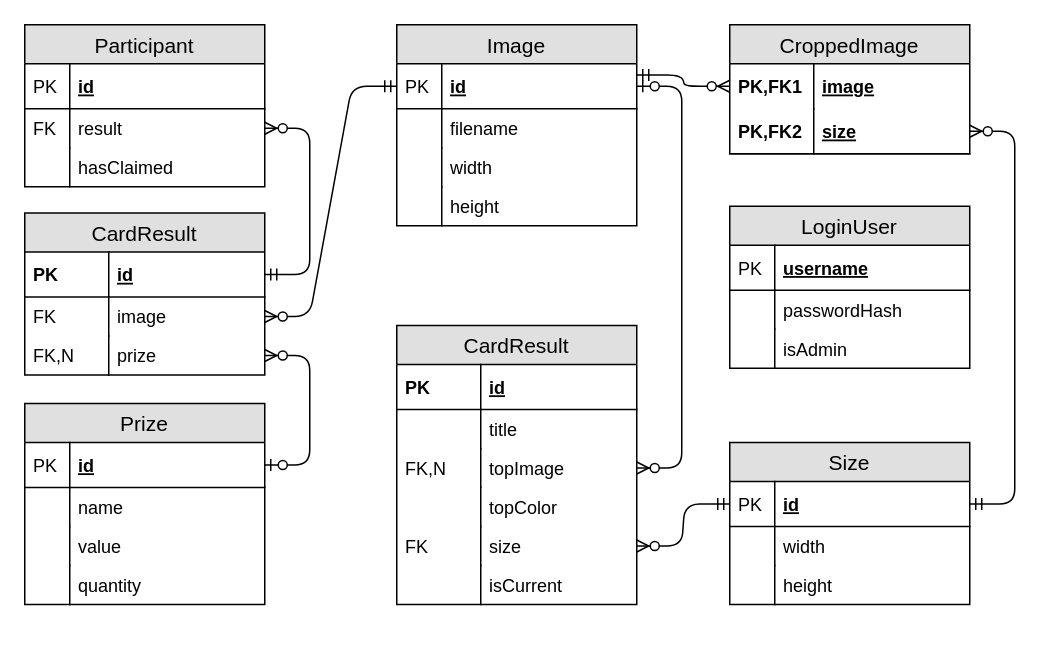
The draw.io diagram RivalProjectERD.drawio in janjosef777/RivalProject, before the edit. Source tidied: cells renumbered, new cells numbered last; positions are measured from the earlier drawing's top-left corner, leaving out a move shared by most shapes. Both pictures are drawn from the tidied source at 150%, with x=0, y=0 at pixel (24, 24).
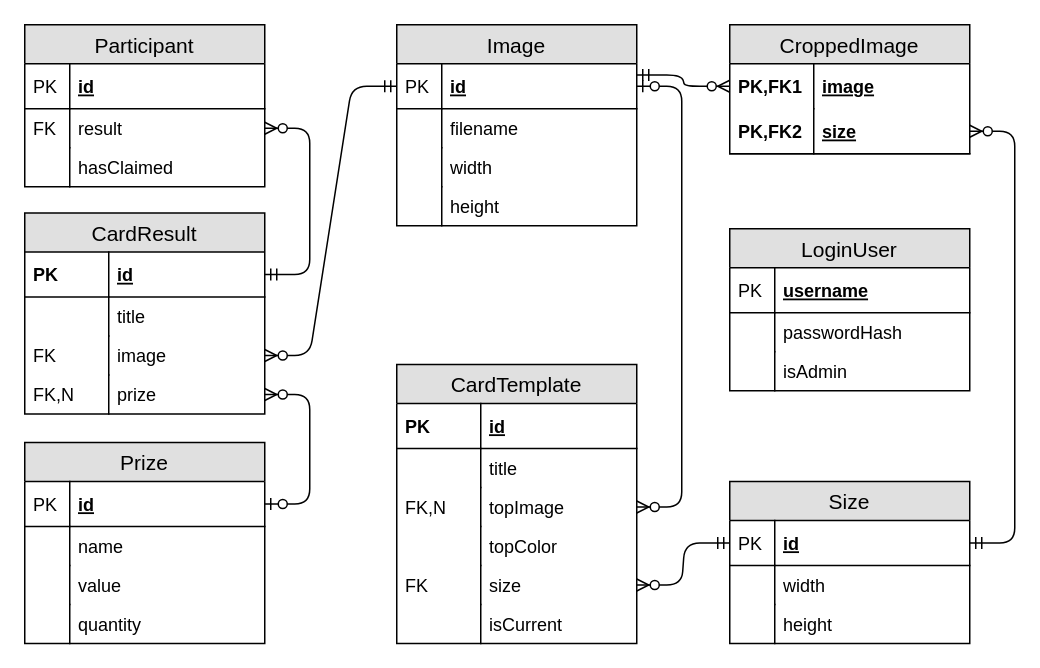
The same page after the edit.

What changed in the source:
```diff
@@
     <mxCell id="2" value="LoginUser" style="swimlane;fontStyle=0;horizontal=1;startSize=26;fillColor=#e0e0e0;swimlaneFillColor=#ffffff;align=center;fontSize=14;" parent="1" vertex="1">
-      <mxGeometry x="470" y="121" width="160" height="108" as="geometry" />
+      <mxGeometry x="470" y="136" width="160" height="108" as="geometry" />
     </mxCell>
@@
     <mxCell id="9" value="Prize" style="swimlane;fontStyle=0;horizontal=1;startSize=26;fillColor=#e0e0e0;swimlaneFillColor=#ffffff;align=center;fontSize=14;" parent="1" vertex="1">
-      <mxGeometry y="252.5" width="160" height="134" as="geometry" />
+      <mxGeometry y="278.5" width="160" height="134" as="geometry" />
     </mxCell>
@@
     <mxCell id="32" value="Size" style="swimlane;fontStyle=0;horizontal=1;startSize=26;fillColor=#e0e0e0;swimlaneFillColor=#ffffff;align=center;fontSize=14;" parent="1" vertex="1">
-      <mxGeometry x="470" y="278.5" width="160" height="108" as="geometry" />
+      <mxGeometry x="470" y="304.5" width="160" height="108" as="geometry" />
     </mxCell>
@@
     <mxCell id="53" value="CardResult" style="swimlane;fontStyle=0;horizontal=1;startSize=26;fillColor=#e0e0e0;swimlaneFillColor=#ffffff;align=center;fontSize=14;" parent="1" vertex="1">
-      <mxGeometry y="125.5" width="160" height="108" as="geometry" />
+      <mxGeometry y="125.5" width="160" height="134" as="geometry" />
     </mxCell>
@@
+    <mxCell id="73" value="title" style="shape=partialRectangle;top=0;left=0;right=0;bottom=0;align=left;verticalAlign=top;fillColor=none;spacingLeft=60;spacingRight=4;overflow=hidden;fontSize=12;" parent="53" vertex="1">
+      <mxGeometry y="56" width="160" height="26" as="geometry" />
+    </mxCell>
+    <mxCell id="74" style="shape=partialRectangle;top=0;left=0;bottom=0;fillColor=none;align=left;verticalAlign=top;spacingLeft=4;spacingRight=4;overflow=hidden;fontSize=12;" parent="73" vertex="1">
+      <mxGeometry width="56" height="26" as="geometry" />
+    </mxCell>
     <mxCell id="56" value="image" style="shape=partialRectangle;top=0;left=0;right=0;bottom=0;align=left;verticalAlign=top;fillColor=none;spacingLeft=60;spacingRight=4;overflow=hidden;points=[[0,0.5],[1,0.5]];portConstraint=eastwest;fontSize=12;" parent="53" vertex="1">
-      <mxGeometry y="56" width="160" height="26" as="geometry" />
+      <mxGeometry y="82" width="160" height="26" as="geometry" />
     </mxCell>
@@
     <mxCell id="58" value="prize" style="shape=partialRectangle;top=0;left=0;right=0;bottom=0;align=left;verticalAlign=top;fillColor=none;spacingLeft=60;spacingRight=4;overflow=hidden;points=[[0,0.5],[1,0.5]];portConstraint=eastwest;fontSize=12;" parent="53" vertex="1">
-      <mxGeometry y="82" width="160" height="26" as="geometry" />
+      <mxGeometry y="108" width="160" height="26" as="geometry" />
     </mxCell>
@@
-    <mxCell id="60" value="CardResult" style="swimlane;fontStyle=0;horizontal=1;startSize=26;fillColor=#e0e0e0;swimlaneFillColor=#ffffff;align=center;fontSize=14;" parent="1" vertex="1">
-      <mxGeometry x="248" y="200.5" width="160" height="186" as="geometry" />
+    <mxCell id="60" value="CardTemplate" style="swimlane;fontStyle=0;horizontal=1;startSize=26;fillColor=#e0e0e0;swimlaneFillColor=#ffffff;align=center;fontSize=14;" parent="1" vertex="1">
+      <mxGeometry x="248" y="226.5" width="160" height="186" as="geometry" />
     </mxCell>
```
